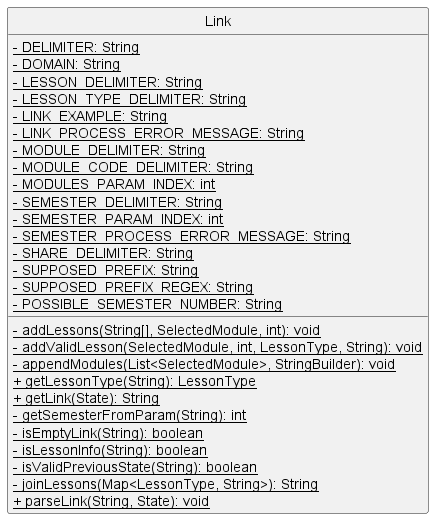
This is docs/images/linkClass.png from nus-cs2113-AY2223S1/tp, a PlantUML export, as it was before one commit. The source it was exported from:
```plantuml
@startuml
hide circle
skinparam classAttributeIconSize 0

class Link {
    <u>- DELIMITER: String
    <u>- DOMAIN: String
    <u>- LESSON_DELIMITER: String
    <u>- LESSON_TYPE_DELIMITER: String
    <u>- LINK_EXAMPLE: String
    <u>- LINK_PROCESS_ERROR_MESSAGE: String
    <u>- MODULE_DELIMITER: String
    <u>- MODULE_CODE_DELIMITER: String
    <u>- MODULES_PARAM_INDEX: int
    <u>- SEMESTER_DELIMITER: String
    <u>- SEMESTER_PARAM_INDEX: int
    <u>- SEMESTER_PROCESS_ERROR_MESSAGE: String
    <u>- SHARE_DELIMITER: String
    <u>- SUPPOSED_PREFIX: String
    <u>- SUPPOSED_PREFIX_REGEX: String
    <u>- POSSIBLE_SEMESTER_NUMBER: String

    <u>- addLessons(String[], SelectedModule, int): void
    <u>- addValidLesson(SelectedModule, int, LessonType, String): void
    <u>- appendModules(List<SelectedModule>, StringBuilder): void
    <u>+ getLessonType(String): LessonType
    <u>+ getLink(State): String
    <u>- getSemesterFromParam(String): int
    <u>- isEmptyLink(String): boolean
    <u>- isLessonInfo(String): boolean
    <u>- isValidPreviousState(String): boolean
    <u>- joinLessons(Map<LessonType, String>): String
    <u>+ parseLink(String, State): void
}
@enduml
```
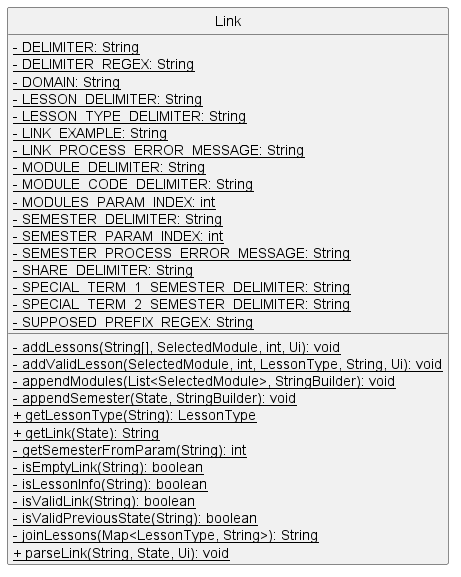
Above is the later version.

Commit message:
Fix special term for link

Change to the diagram source:
```diff
@@ -4,6 +4,7 @@
 
 class Link {
     <u>- DELIMITER: String
+    <u>- DELIMITER_REGEX: String
     <u>- DOMAIN: String
     <u>- LESSON_DELIMITER: String
     <u>- LESSON_TYPE_DELIMITER: String
@@ -16,20 +17,22 @@
     <u>- SEMESTER_PARAM_INDEX: int
     <u>- SEMESTER_PROCESS_ERROR_MESSAGE: String
     <u>- SHARE_DELIMITER: String
-    <u>- SUPPOSED_PREFIX: String
+    <u>- SPECIAL_TERM_1_SEMESTER_DELIMITER: String
+    <u>- SPECIAL_TERM_2_SEMESTER_DELIMITER: String
     <u>- SUPPOSED_PREFIX_REGEX: String
-    <u>- POSSIBLE_SEMESTER_NUMBER: String
 
-    <u>- addLessons(String[], SelectedModule, int): void
-    <u>- addValidLesson(SelectedModule, int, LessonType, String): void
+    <u>- addLessons(String[], SelectedModule, int, Ui): void
+    <u>- addValidLesson(SelectedModule, int, LessonType, String, Ui): void
     <u>- appendModules(List<SelectedModule>, StringBuilder): void
+    <u>- appendSemester(State, StringBuilder): void
     <u>+ getLessonType(String): LessonType
     <u>+ getLink(State): String
     <u>- getSemesterFromParam(String): int
     <u>- isEmptyLink(String): boolean
     <u>- isLessonInfo(String): boolean
+    <u>- isValidLink(String): boolean
     <u>- isValidPreviousState(String): boolean
     <u>- joinLessons(Map<LessonType, String>): String
-    <u>+ parseLink(String, State): void
+    <u>+ parseLink(String, State, Ui): void
 }
 @enduml
```
